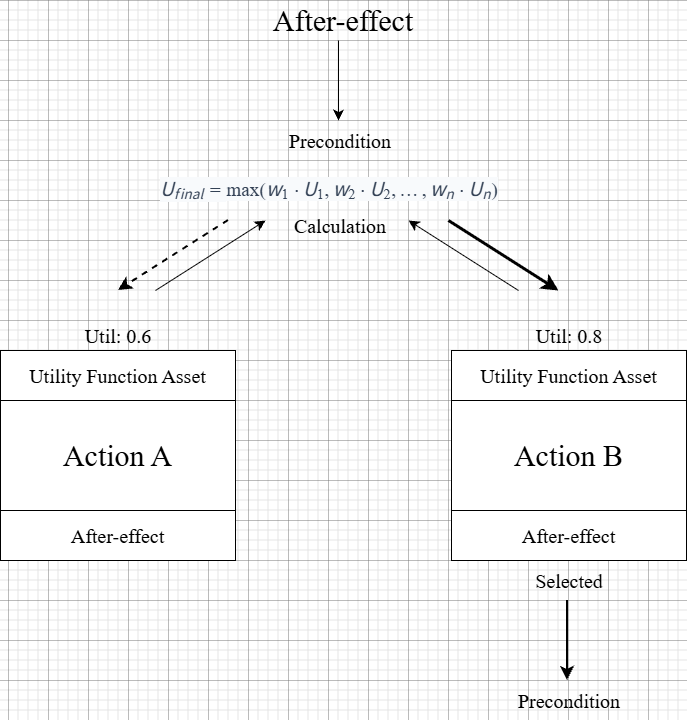
Earlier version of the draw.io export static/images/project2/statenode.png (Hongyoosung/Hongyoosung.github.io). Source tidied: cells renumbered, new cells last; positions are measured from the earlier drawing's top-left corner, leaving out a move shared by most shapes.
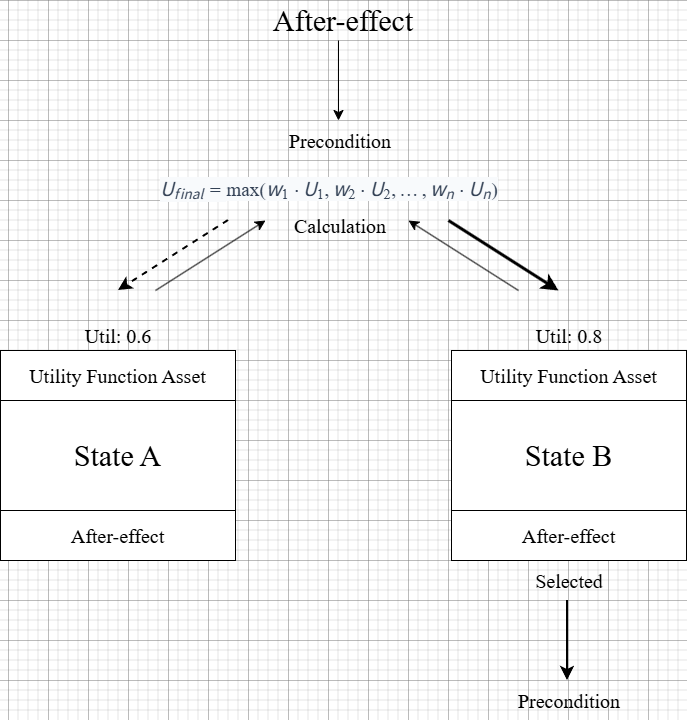
Later version of the same file.

What changed in the source:
```diff
@@ -11,7 +11,7 @@
     <mxCell id="3" value="After-effect" style="text;html=1;whiteSpace=wrap;strokeColor=none;fillColor=none;align=center;verticalAlign=middle;rounded=0;fontFamily=Times New Roman;fontSize=30;" parent="1" vertex="1">
       <mxGeometry x="267" width="152" height="40" as="geometry" />
     </mxCell>
-    <mxCell id="4" value="Action A" style="rounded=0;whiteSpace=wrap;html=1;fontSize=30;fontFamily=Times New Roman;" parent="1" vertex="1">
+    <mxCell id="4" value="State A" style="rounded=0;whiteSpace=wrap;html=1;fontSize=30;fontFamily=Times New Roman;" parent="1" vertex="1">
       <mxGeometry y="400" width="235" height="110" as="geometry" />
     </mxCell>
     <mxCell id="5" value="After-effect" style="rounded=0;whiteSpace=wrap;html=1;fontSize=20;fontFamily=Times New Roman;" parent="1" vertex="1">
@@ -20,7 +20,7 @@
     <mxCell id="6" value="Utility Function Asset" style="rounded=0;whiteSpace=wrap;html=1;fontSize=20;fontFamily=Times New Roman;" parent="1" vertex="1">
       <mxGeometry y="350" width="235" height="50" as="geometry" />
     </mxCell>
-    <mxCell id="7" value="Action B" style="rounded=0;whiteSpace=wrap;html=1;fontSize=30;fontFamily=Times New Roman;" parent="1" vertex="1">
+    <mxCell id="7" value="State B" style="rounded=0;whiteSpace=wrap;html=1;fontSize=30;fontFamily=Times New Roman;" parent="1" vertex="1">
       <mxGeometry x="451" y="400" width="235" height="110" as="geometry" />
     </mxCell>
     <mxCell id="8" value="After-effect" style="rounded=0;whiteSpace=wrap;html=1;fontSize=20;fontFamily=Times New Roman;" parent="1" vertex="1">
```
